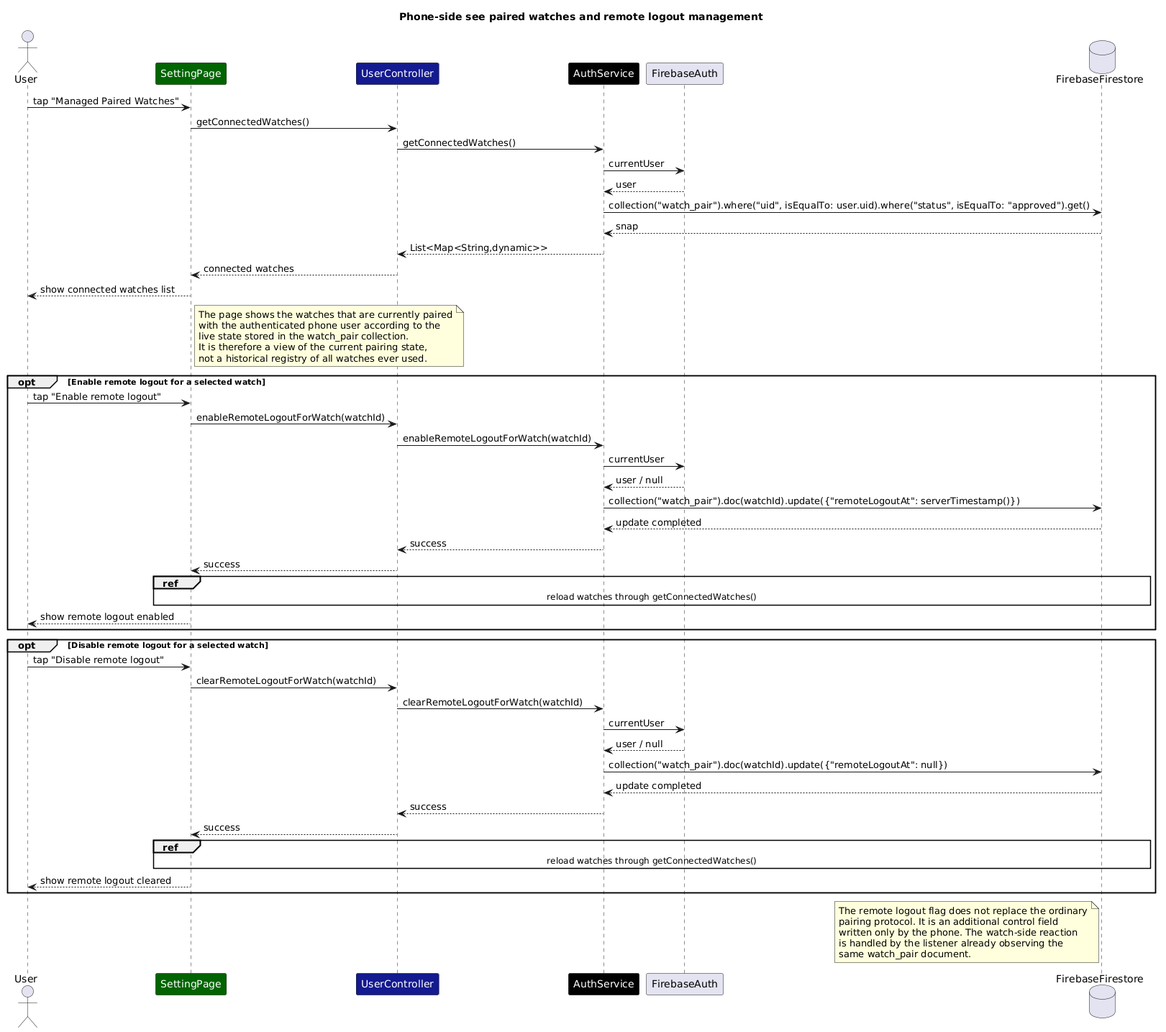
The PlantUML diagram documentation/Design Document/document/images/Phone Watch pair 4.png in SofiaTerracciano/Triplo, before a commit. The source it was exported from:
```plantuml
@startuml
title Phone-side see paired watches and remote logout management

actor User

participant SettingPage as "<color:white>SettingPage</color>" #darkgreen
participant UserController as "<color:white>UserController</color>" #151b8e
participant AuthService as "<color:white>AuthService</color>" #000000
participant FirebaseAuth
database FirebaseFirestore

User -> SettingPage : tap "Managed Paired Watches"

SettingPage -> UserController : getConnectedWatches()
UserController -> AuthService : getConnectedWatches()

AuthService -> FirebaseAuth : currentUser
FirebaseAuth --> AuthService : user

    AuthService -> FirebaseFirestore : collection("watch_pair").where("uid", isEqualTo: user.uid).where("status", isEqualTo: "approved").get()
    FirebaseFirestore --> AuthService : snap
    AuthService --> UserController : List<Map<String,dynamic>>
    UserController --> SettingPage : connected watches
    SettingPage --> User : show connected watches list




note right of SettingPage
The page shows the watches that are currently paired
with the authenticated phone user according to the
live state stored in the watch_pair collection.
It is therefore a view of the current pairing state,
not a historical registry of all watches ever used.
end note

opt Enable remote logout for a selected watch
    User -> SettingPage : tap "Enable remote logout"
    SettingPage -> UserController : enableRemoteLogoutForWatch(watchId)
    UserController -> AuthService : enableRemoteLogoutForWatch(watchId)

    AuthService -> FirebaseAuth : currentUser
    FirebaseAuth --> AuthService : user / null




        AuthService -> FirebaseFirestore : collection("watch_pair").doc(watchId).update({"remoteLogoutAt": serverTimestamp()})
        FirebaseFirestore --> AuthService : update completed
        AuthService --> UserController : success
        UserController --> SettingPage : success
        ref over SettingPage, UserController, AuthService, FirebaseAuth, FirebaseFirestore : reload watches through getConnectedWatches()
        SettingPage --> User : show remote logout enabled

end

opt Disable remote logout for a selected watch
    User -> SettingPage : tap "Disable remote logout"
    SettingPage -> UserController : clearRemoteLogoutForWatch(watchId)
    UserController -> AuthService : clearRemoteLogoutForWatch(watchId)

    AuthService -> FirebaseAuth : currentUser
    FirebaseAuth --> AuthService : user / null


        AuthService -> FirebaseFirestore : collection("watch_pair").doc(watchId).update({"remoteLogoutAt": null})
        FirebaseFirestore --> AuthService : update completed
        AuthService --> UserController : success
        UserController --> SettingPage : success
        ref over SettingPage, UserController, AuthService, FirebaseAuth, FirebaseFirestore : reload watches through getConnectedWatches()
        SettingPage --> User : show remote logout cleared

end

note left of FirebaseFirestore
The remote logout flag does not replace the ordinary
pairing protocol. It is an additional control field
written only by the phone. The watch-side reaction
is handled by the listener already observing the
same watch_pair document.
end note
@enduml
```
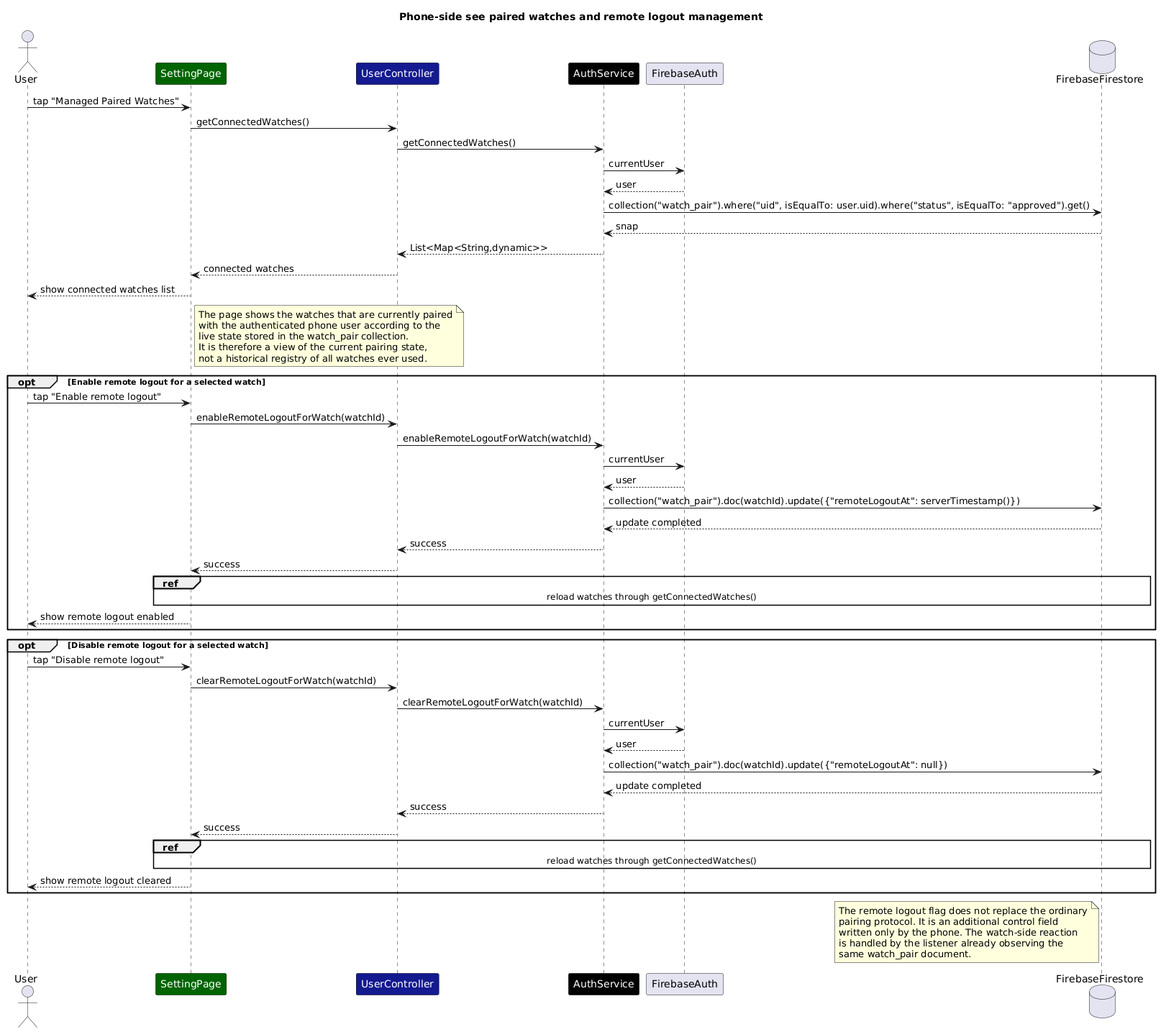
Later version of the same file.

Diff of the diagram source:
```diff
@@ -40,7 +40,7 @@
     UserController -> AuthService : enableRemoteLogoutForWatch(watchId)
 
     AuthService -> FirebaseAuth : currentUser
-    FirebaseAuth --> AuthService : user / null
+    FirebaseAuth --> AuthService : user
 
 
 
@@ -60,7 +60,7 @@
     UserController -> AuthService : clearRemoteLogoutForWatch(watchId)
 
     AuthService -> FirebaseAuth : currentUser
-    FirebaseAuth --> AuthService : user / null
+    FirebaseAuth --> AuthService : user
 
 
         AuthService -> FirebaseFirestore : collection("watch_pair").doc(watchId).update({"remoteLogoutAt": null})
```
